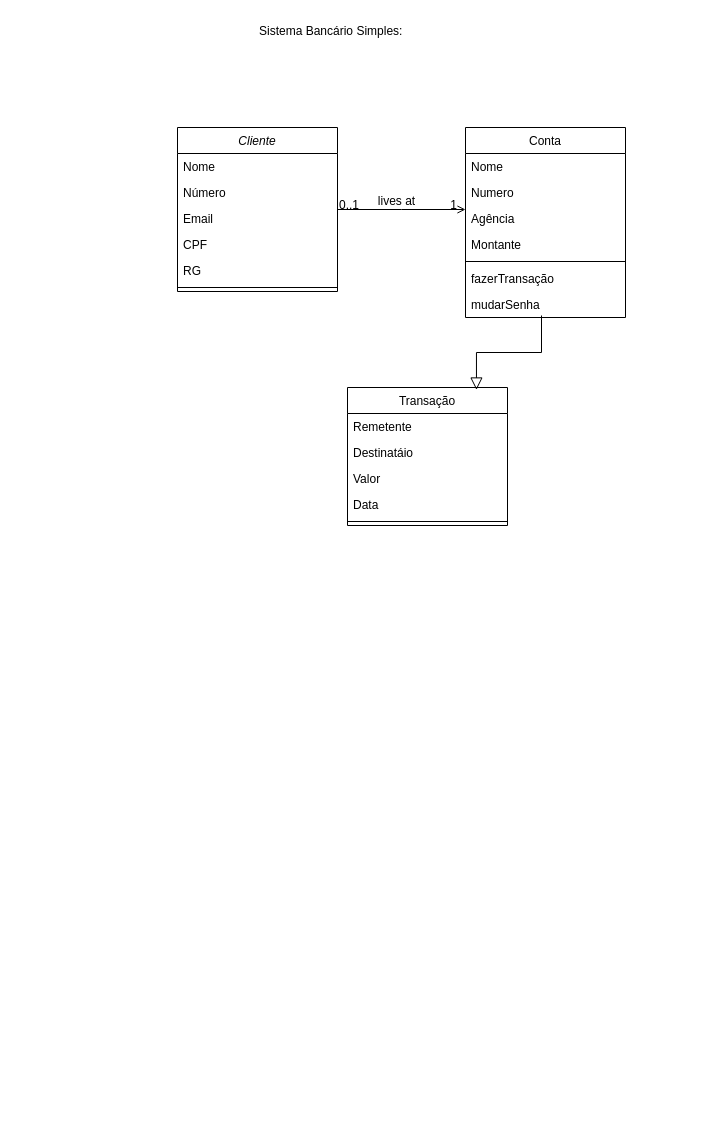
zanellaz/javascripto keeps this draw.io diagram as page "Page-1" (1 of 2) of trabalho eng.drawio. Above is the earlier version. Source tidied: cells renumbered, new cells numbered last; positions are measured from the earlier drawing's top-left corner, leaving out a move shared by most shapes. Both pictures are drawn from the tidied source at 100%, with x=0, y=0 at pixel (177, 17).
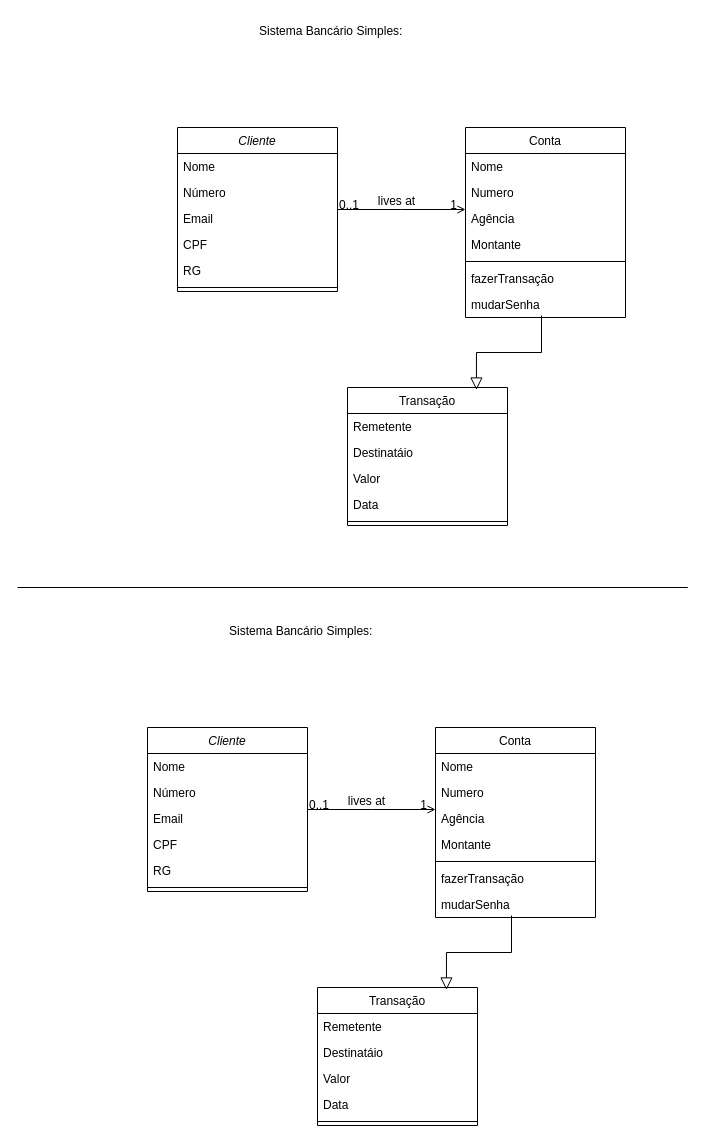
After the change.

The edit, as a diff of the source:
```diff
@@
+    <mxCell id="29" style="endArrow=none;html=1;rounded=0;" parent="1" edge="1">
+      <mxGeometry relative="1" as="geometry">
+        <mxPoint x="-110" y="570" as="sourcePoint" />
+        <mxPoint x="-160" y="570" as="targetPoint" />
+        <Array as="points">
+          <mxPoint x="210" y="570" />
+          <mxPoint x="510" y="570" />
+        </Array>
+      </mxGeometry>
+    </mxCell>
+    <mxCell id="30" value="Cliente" style="swimlane;fontStyle=2;align=center;verticalAlign=top;horizontal=1;startSize=26;rounded=0;shadow=0;strokeWidth=1;" parent="1" vertex="1">
+      <mxGeometry x="-30" y="710" width="160" height="164" as="geometry" />
+    </mxCell>
+    <mxCell id="31" value="Nome" style="text;align=left;verticalAlign=top;spacingLeft=4;spacingRight=4;overflow=hidden;" parent="30" vertex="1">
+      <mxGeometry y="26" width="160" height="26" as="geometry" />
+    </mxCell>
+    <mxCell id="32" value="Número    " style="text;align=left;verticalAlign=top;spacingLeft=4;spacingRight=4;overflow=hidden;rounded=0;shadow=0;html=0;" parent="30" vertex="1">
+      <mxGeometry y="52" width="160" height="26" as="geometry" />
+    </mxCell>
+    <mxCell id="33" value="Email" style="text;align=left;verticalAlign=top;spacingLeft=4;spacingRight=4;overflow=hidden;rounded=0;shadow=0;html=0;" parent="30" vertex="1">
+      <mxGeometry y="78" width="160" height="26" as="geometry" />
+    </mxCell>
+    <mxCell id="34" value="CPF" style="text;align=left;verticalAlign=top;spacingLeft=4;spacingRight=4;overflow=hidden;rounded=0;shadow=0;html=0;" parent="30" vertex="1">
+      <mxGeometry y="104" width="160" height="26" as="geometry" />
+    </mxCell>
+    <mxCell id="35" value="RG" style="text;align=left;verticalAlign=top;spacingLeft=4;spacingRight=4;overflow=hidden;rounded=0;shadow=0;html=0;" parent="30" vertex="1">
+      <mxGeometry y="130" width="160" height="26" as="geometry" />
+    </mxCell>
+    <mxCell id="36" style="line;html=1;strokeWidth=1;align=left;verticalAlign=middle;spacingTop=-1;spacingLeft=3;spacingRight=3;labelPosition=right;" parent="30" vertex="1">
+      <mxGeometry y="156" width="160" height="8" as="geometry" />
+    </mxCell>
+    <mxCell id="37" value="Transação" style="swimlane;fontStyle=0;align=center;verticalAlign=top;horizontal=1;startSize=26;rounded=0;shadow=0;strokeWidth=1;" parent="1" vertex="1">
+      <mxGeometry x="140" y="970" width="160" height="138" as="geometry" />
+    </mxCell>
+    <mxCell id="38" value="Remetente" style="text;align=left;verticalAlign=top;spacingLeft=4;spacingRight=4;overflow=hidden;" parent="37" vertex="1">
+      <mxGeometry y="26" width="160" height="26" as="geometry" />
+    </mxCell>
+    <mxCell id="39" value="Destinatáio" style="text;align=left;verticalAlign=top;spacingLeft=4;spacingRight=4;overflow=hidden;rounded=0;shadow=0;html=0;" parent="37" vertex="1">
+      <mxGeometry y="52" width="160" height="26" as="geometry" />
+    </mxCell>
+    <mxCell id="40" value="Valor" style="text;align=left;verticalAlign=top;spacingLeft=4;spacingRight=4;overflow=hidden;rounded=0;shadow=0;html=0;" parent="37" vertex="1">
+      <mxGeometry y="78" width="160" height="26" as="geometry" />
+    </mxCell>
+    <mxCell id="41" value="Data" style="text;align=left;verticalAlign=top;spacingLeft=4;spacingRight=4;overflow=hidden;rounded=0;shadow=0;html=0;" parent="37" vertex="1">
+      <mxGeometry y="104" width="160" height="26" as="geometry" />
+    </mxCell>
+    <mxCell id="42" style="line;html=1;strokeWidth=1;align=left;verticalAlign=middle;spacingTop=-1;spacingLeft=3;spacingRight=3;labelPosition=right;" parent="37" vertex="1">
+      <mxGeometry y="130" width="160" height="8" as="geometry" />
+    </mxCell>
+    <mxCell id="43" style="endArrow=block;endSize=10;endFill=0;shadow=0;strokeWidth=1;rounded=0;edgeStyle=elbowEdgeStyle;elbow=vertical;entryX=0.806;entryY=0.018;entryDx=0;entryDy=0;entryPerimeter=0;exitX=0.475;exitY=0.923;exitDx=0;exitDy=0;exitPerimeter=0;" parent="1" edge="1" source="51" target="37">
+      <mxGeometry relative="1" as="geometry" />
+    </mxCell>
+    <mxCell id="44" value="Conta" style="swimlane;fontStyle=0;align=center;verticalAlign=top;horizontal=1;startSize=26;rounded=0;shadow=0;strokeWidth=1;" parent="1" vertex="1">
+      <mxGeometry x="258" y="710" width="160" height="190" as="geometry" />
+    </mxCell>
+    <mxCell id="45" value="Nome" style="text;align=left;verticalAlign=top;spacingLeft=4;spacingRight=4;overflow=hidden;" parent="44" vertex="1">
+      <mxGeometry y="26" width="160" height="26" as="geometry" />
+    </mxCell>
+    <mxCell id="46" value="Numero" style="text;align=left;verticalAlign=top;spacingLeft=4;spacingRight=4;overflow=hidden;rounded=0;shadow=0;html=0;" parent="44" vertex="1">
+      <mxGeometry y="52" width="160" height="26" as="geometry" />
+    </mxCell>
+    <mxCell id="47" value="Agência" style="text;align=left;verticalAlign=top;spacingLeft=4;spacingRight=4;overflow=hidden;rounded=0;shadow=0;html=0;" parent="44" vertex="1">
+      <mxGeometry y="78" width="160" height="26" as="geometry" />
+    </mxCell>
+    <mxCell id="48" value="Montante" style="text;align=left;verticalAlign=top;spacingLeft=4;spacingRight=4;overflow=hidden;rounded=0;shadow=0;html=0;" parent="44" vertex="1">
+      <mxGeometry y="104" width="160" height="26" as="geometry" />
+    </mxCell>
+    <mxCell id="49" style="line;html=1;strokeWidth=1;align=left;verticalAlign=middle;spacingTop=-1;spacingLeft=3;spacingRight=3;labelPosition=right;" parent="44" vertex="1">
+      <mxGeometry y="130" width="160" height="8" as="geometry" />
+    </mxCell>
+    <mxCell id="50" value="fazerTransação" style="text;align=left;verticalAlign=top;spacingLeft=4;spacingRight=4;overflow=hidden;" parent="44" vertex="1">
+      <mxGeometry y="138" width="160" height="26" as="geometry" />
+    </mxCell>
+    <mxCell id="51" value="mudarSenha" style="text;align=left;verticalAlign=top;spacingLeft=4;spacingRight=4;overflow=hidden;points=[[0,0.5],[1,0.5]];portConstraint=eastwest;" parent="44" vertex="1">
+      <mxGeometry y="164" width="160" height="26" as="geometry" />
+    </mxCell>
+    <mxCell id="52" style="endArrow=open;shadow=0;strokeWidth=1;rounded=0;endFill=1;edgeStyle=elbowEdgeStyle;elbow=vertical;" parent="1" edge="1" source="30" target="44">
+      <mxGeometry x="0.5" y="41" relative="1" as="geometry">
+        <mxPoint x="-40" y="32" as="offset" />
+      </mxGeometry>
+    </mxCell>
+    <mxCell id="53" value="0..1" style="align=left;verticalAlign=bottom;labelBackgroundColor=none;fontSize=12;" parent="52" vertex="1">
+      <mxGeometry x="-1" relative="1" as="geometry">
+        <mxPoint y="4" as="offset" />
+      </mxGeometry>
+    </mxCell>
+    <mxCell id="54" value="1" style="align=right;verticalAlign=bottom;labelBackgroundColor=none;fontSize=12;" parent="52" vertex="1">
+      <mxGeometry x="1" relative="1" as="geometry">
+        <mxPoint x="-7" y="4" as="offset" />
+      </mxGeometry>
+    </mxCell>
+    <mxCell id="55" value="lives at" style="text;html=1;align=center;verticalAlign=middle;labelBackgroundColor=none;rounded=0;shadow=0;strokeWidth=1;fontSize=12;" parent="52" vertex="1">
+      <mxGeometry x="0.5" y="49" relative="1" as="geometry">
+        <mxPoint x="-38" y="40" as="offset" />
+      </mxGeometry>
+    </mxCell>
+    <mxCell id="56" value="Sistema Bancário Simples:" style="text;whiteSpace=wrap;html=1;" parent="1" vertex="1">
+      <mxGeometry x="50" y="600" width="180" height="40" as="geometry" />
+    </mxCell>
```
